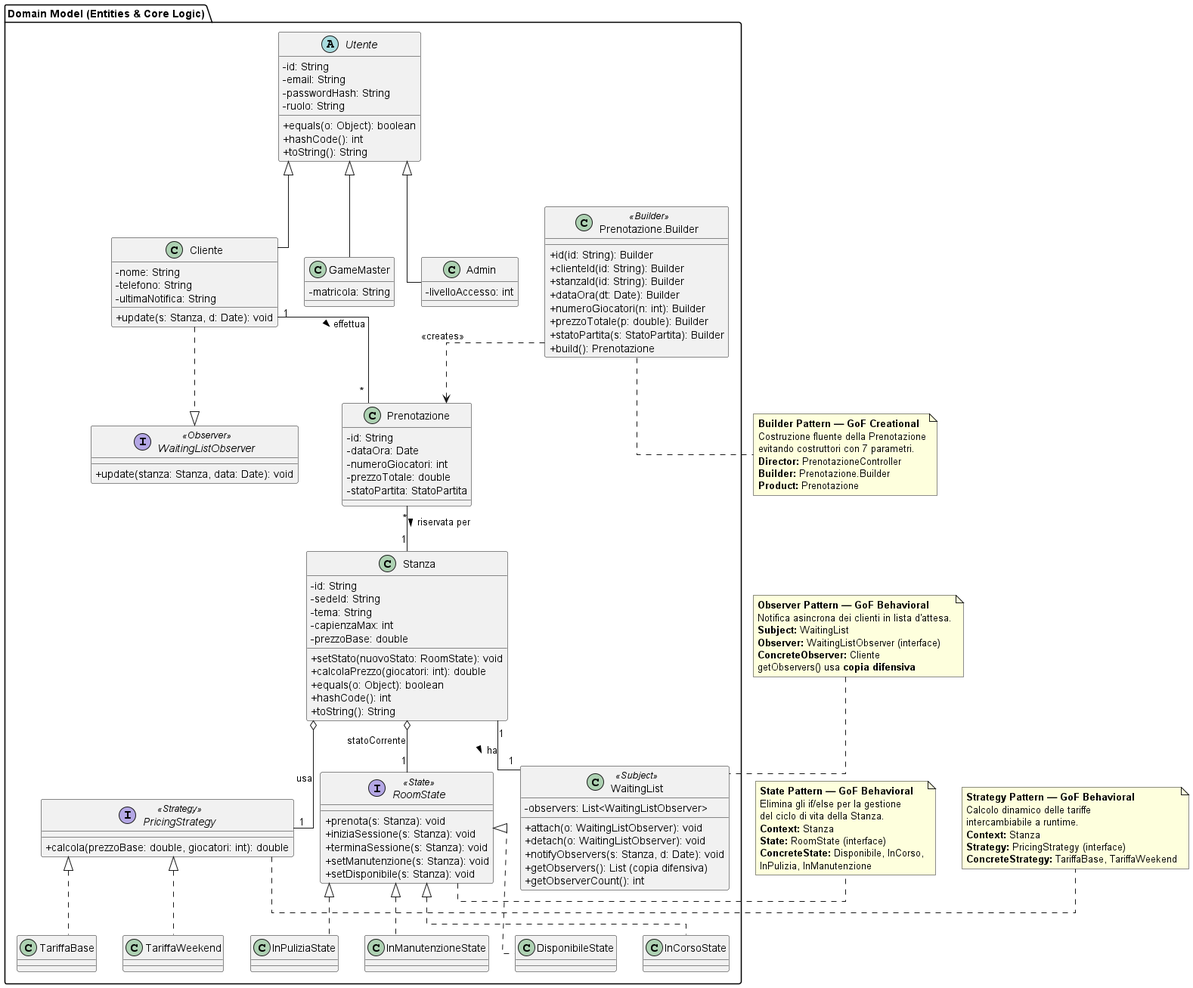
Before: LaTeX/images/domain_model.png, a diagram exported from PlantUML (Adrycasta04/EscapeManager).
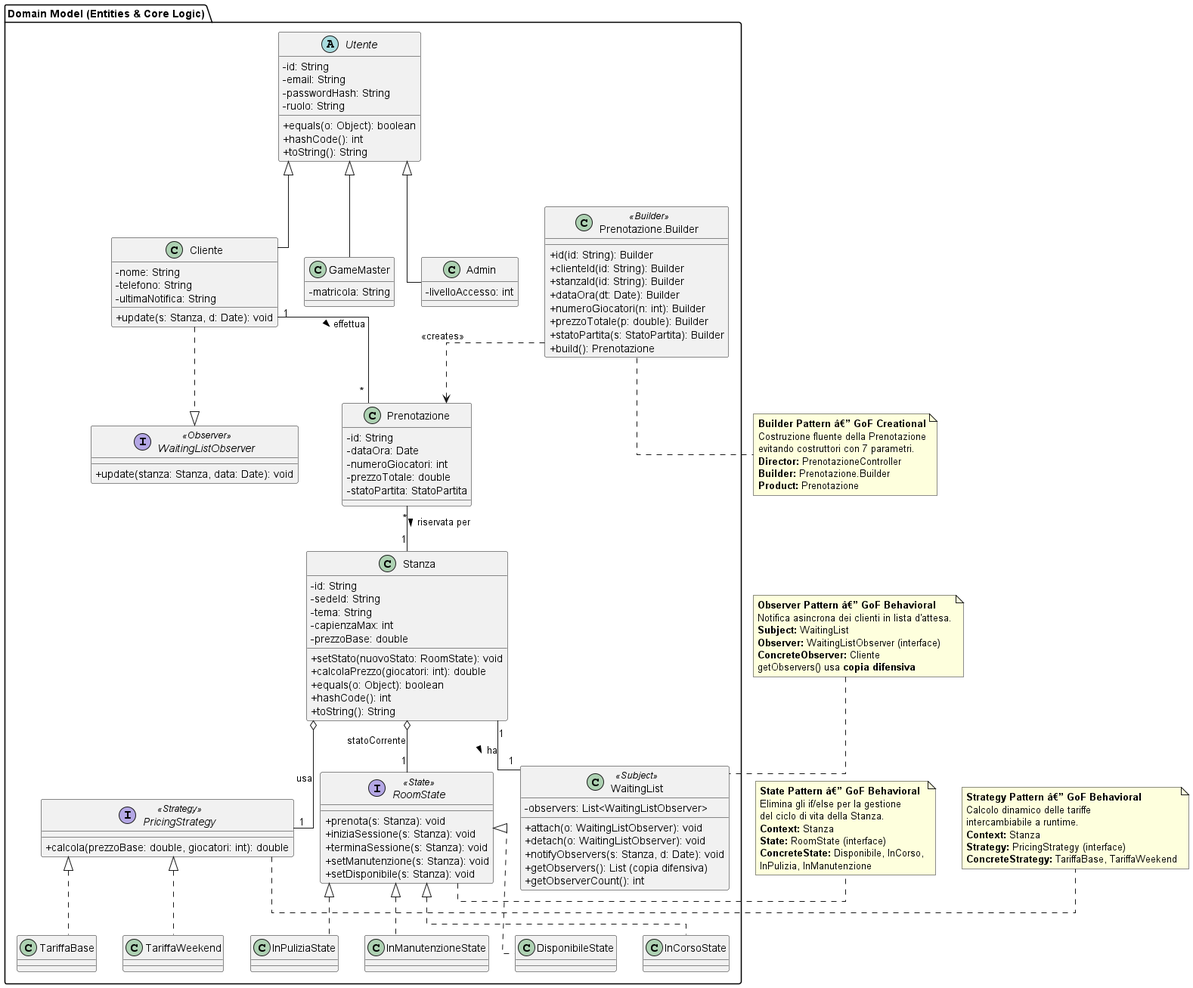
After the change.

Change to the diagram source:
```diff
@@ -102,7 +102,7 @@
 }
 
 note right of RoomState
-    **State Pattern — GoF Behavioral**
+    **State Pattern â€” GoF Behavioral**
     Elimina gli if/else per la gestione
     del ciclo di vita della Stanza.
     **Context:** Stanza
@@ -112,7 +112,7 @@
 end note
 
 note right of PricingStrategy
-    **Strategy Pattern — GoF Behavioral**
+    **Strategy Pattern â€” GoF Behavioral**
     Calcolo dinamico delle tariffe
     intercambiabile a runtime.
     **Context:** Stanza
@@ -121,7 +121,7 @@
 end note
 
 note top of WaitingList
-    **Observer Pattern — GoF Behavioral**
+    **Observer Pattern â€” GoF Behavioral**
     Notifica asincrona dei clienti in lista d'attesa.
     **Subject:** WaitingList
     **Observer:** WaitingListObserver (interface)
@@ -130,7 +130,7 @@
 end note
 
 note bottom of PBuilder
-    **Builder Pattern — GoF Creational**
+    **Builder Pattern â€” GoF Creational**
     Costruzione fluente della Prenotazione
     evitando costruttori con 7 parametri.
     **Director:** PrenotazioneController
```
